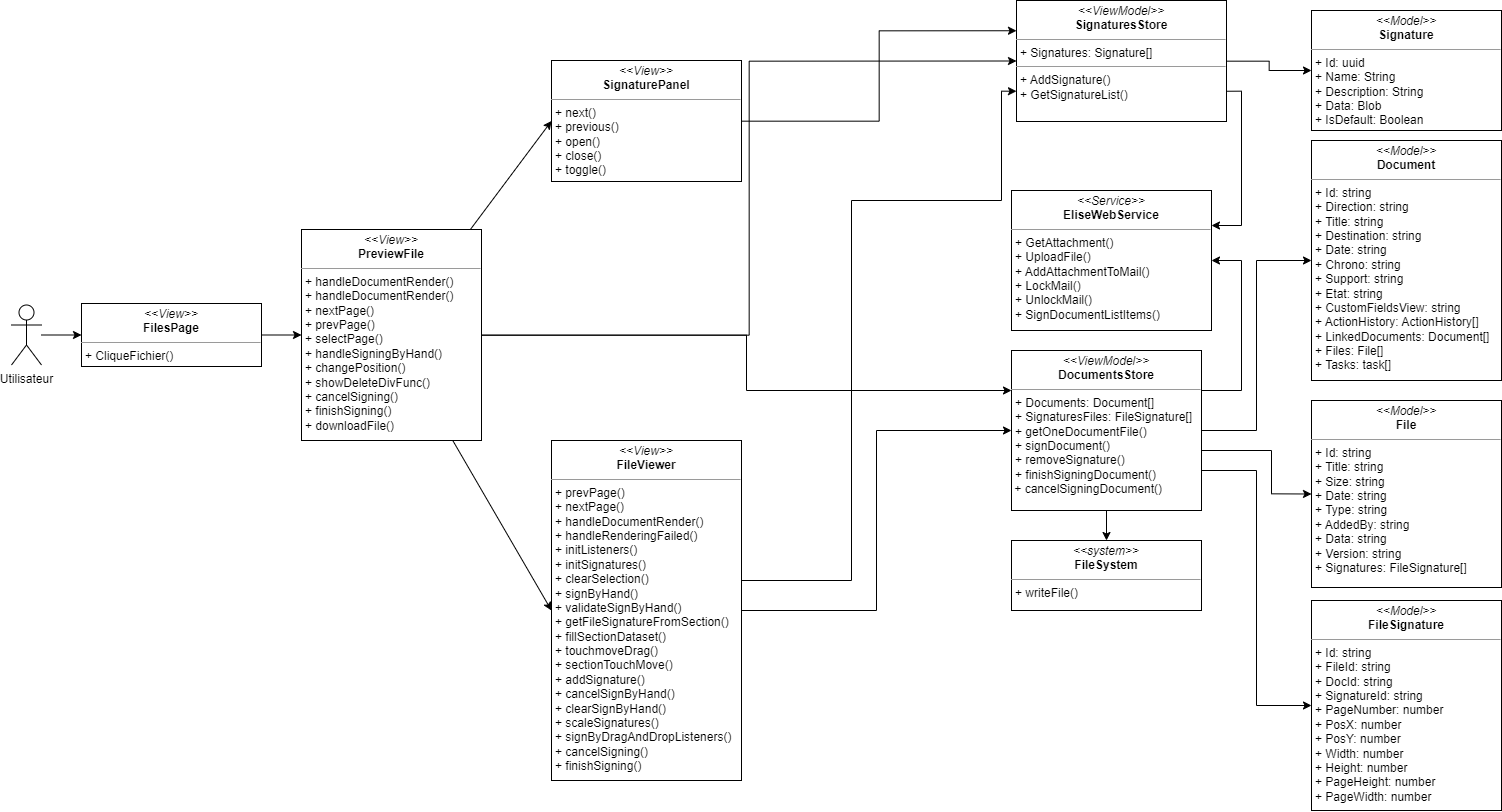
Earlier version of the draw.io export images_pfe/dcc_spint4.png (PFE-Neoledge-2023/rapport). Source tidied: cells renumbered, new cells last; positions are measured from the earlier drawing's top-left corner, leaving out a move shared by most shapes.
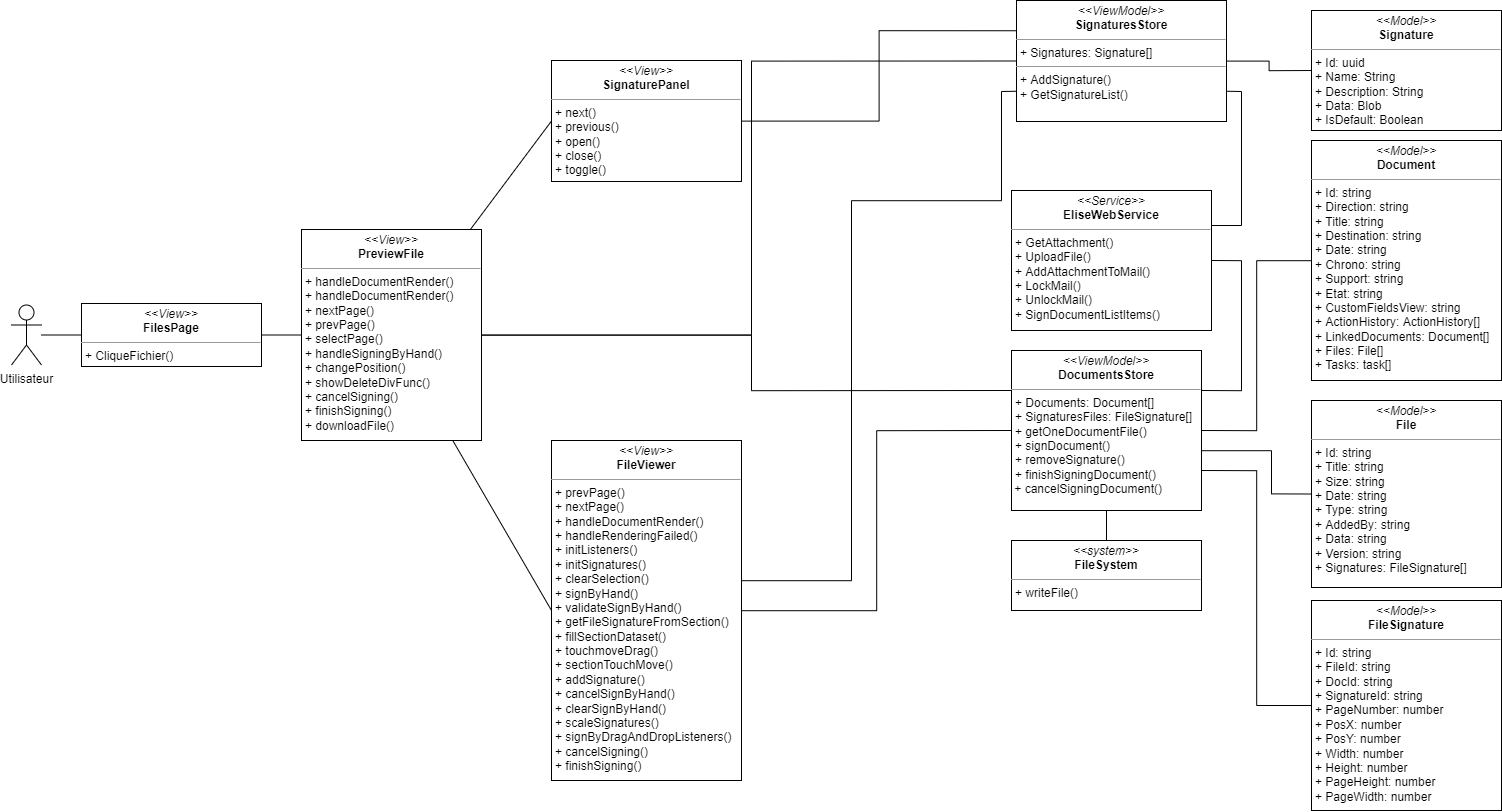
After the change.

What changed in the source:
```diff
@@ -2,25 +2,25 @@
   <root>
     <mxCell id="0" />
     <mxCell id="1" parent="0" />
-    <mxCell id="2" style="edgeStyle=orthogonalEdgeStyle;rounded=0;jettySize=auto;html=1;entryX=0;entryY=0.5;entryDx=0;entryDy=0;" parent="1" edge="1" source="3" target="5">
+    <mxCell id="2" style="edgeStyle=orthogonalEdgeStyle;rounded=0;jettySize=auto;html=1;entryX=0;entryY=0.5;entryDx=0;entryDy=0;endArrow=none;endFill=0;" parent="1" edge="1" source="3" target="5">
       <mxGeometry relative="1" as="geometry" />
     </mxCell>
     <mxCell id="3" value="Utilisateur" style="shape=umlActor;verticalLabelPosition=bottom;verticalAlign=top;html=1;outlineConnect=0;" parent="1" vertex="1">
       <mxGeometry y="304.5" width="30" height="60" as="geometry" />
     </mxCell>
-    <mxCell id="4" style="edgeStyle=none;html=1;entryX=0;entryY=0.5;entryDx=0;entryDy=0;" parent="1" edge="1" source="5" target="17">
+    <mxCell id="4" style="edgeStyle=none;html=1;entryX=0;entryY=0.5;entryDx=0;entryDy=0;endArrow=none;endFill=0;" parent="1" edge="1" source="5" target="17">
       <mxGeometry relative="1" as="geometry" />
     </mxCell>
     <mxCell id="5" value="&lt;p style=&quot;margin:0px;margin-top:4px;text-align:center;&quot;&gt;&lt;i&gt;&amp;lt;&amp;lt;View&amp;gt;&amp;gt;&lt;/i&gt;&lt;br&gt;&lt;b&gt;FilesPage&lt;/b&gt;&lt;/p&gt;&lt;hr style=&quot;border-color: var(--border-color);&quot; size=&quot;1&quot;&gt;&lt;p style=&quot;border-color: var(--border-color); margin: 0px 0px 0px 4px;&quot;&gt;+ CliqueFichier()&lt;/p&gt;" style="verticalAlign=top;align=left;overflow=fill;fontSize=12;fontFamily=Helvetica;html=1;whiteSpace=wrap;" parent="1" vertex="1">
       <mxGeometry x="70" y="303" width="180" height="63" as="geometry" />
     </mxCell>
-    <mxCell id="6" style="edgeStyle=orthogonalEdgeStyle;rounded=0;html=1;entryX=0;entryY=0.5;entryDx=0;entryDy=0;exitX=1;exitY=0.75;exitDx=0;exitDy=0;" parent="1" edge="1" source="11" target="23">
+    <mxCell id="6" style="edgeStyle=orthogonalEdgeStyle;rounded=0;html=1;entryX=0;entryY=0.5;entryDx=0;entryDy=0;exitX=1;exitY=0.75;exitDx=0;exitDy=0;endArrow=none;endFill=0;" parent="1" edge="1" source="11" target="23">
       <mxGeometry relative="1" as="geometry" />
     </mxCell>
-    <mxCell id="7" style="edgeStyle=orthogonalEdgeStyle;rounded=0;html=1;exitX=1;exitY=0.5;exitDx=0;exitDy=0;" parent="1" edge="1" source="11" target="27">
+    <mxCell id="7" style="edgeStyle=orthogonalEdgeStyle;rounded=0;html=1;exitX=1;exitY=0.5;exitDx=0;exitDy=0;endArrow=none;endFill=0;" parent="1" edge="1" source="11" target="27">
       <mxGeometry relative="1" as="geometry" />
     </mxCell>
-    <mxCell id="8" style="edgeStyle=orthogonalEdgeStyle;html=1;entryX=0;entryY=0.5;entryDx=0;entryDy=0;rounded=0;" parent="1" edge="1" source="11" target="29">
+    <mxCell id="8" style="edgeStyle=orthogonalEdgeStyle;html=1;entryX=0;entryY=0.5;entryDx=0;entryDy=0;rounded=0;endArrow=none;endFill=0;" parent="1" edge="1" source="11" target="29">
       <mxGeometry relative="1" as="geometry">
         <Array as="points">
           <mxPoint x="1260" y="450" />
@@ -28,10 +28,10 @@
         </Array>
       </mxGeometry>
     </mxCell>
-    <mxCell id="9" style="edgeStyle=orthogonalEdgeStyle;rounded=0;html=1;exitX=0.5;exitY=1;exitDx=0;exitDy=0;entryX=0.5;entryY=0;entryDx=0;entryDy=0;" parent="1" edge="1" source="11" target="30">
+    <mxCell id="9" style="edgeStyle=orthogonalEdgeStyle;rounded=0;html=1;exitX=0.5;exitY=1;exitDx=0;exitDy=0;entryX=0.5;entryY=0;entryDx=0;entryDy=0;endArrow=none;endFill=0;" parent="1" edge="1" source="11" target="30">
       <mxGeometry relative="1" as="geometry" />
     </mxCell>
-    <mxCell id="10" style="edgeStyle=orthogonalEdgeStyle;html=1;exitX=1;exitY=0.25;exitDx=0;exitDy=0;entryX=1;entryY=0.5;entryDx=0;entryDy=0;rounded=0;" parent="1" edge="1" source="11" target="28">
+    <mxCell id="10" style="edgeStyle=orthogonalEdgeStyle;html=1;exitX=1;exitY=0.25;exitDx=0;exitDy=0;entryX=1;entryY=0.5;entryDx=0;entryDy=0;rounded=0;endArrow=none;endFill=0;" parent="1" edge="1" source="11" target="28">
       <mxGeometry relative="1" as="geometry">
         <Array as="points">
           <mxPoint x="1230" y="390" />
@@ -45,25 +45,35 @@
     <mxCell id="12" value="&lt;p style=&quot;margin:0px;margin-top:4px;text-align:center;&quot;&gt;&lt;i&gt;&amp;lt;&amp;lt;Model&amp;gt;&amp;gt;&lt;/i&gt;&lt;br&gt;&lt;b&gt;Signature&lt;/b&gt;&lt;/p&gt;&lt;hr size=&quot;1&quot;&gt;&lt;p style=&quot;margin:0px;margin-left:4px;&quot;&gt;+ Id: uuid&lt;br&gt;&lt;/p&gt;&lt;p style=&quot;margin:0px;margin-left:4px;&quot;&gt;+ Name: String&lt;/p&gt;&lt;p style=&quot;margin:0px;margin-left:4px;&quot;&gt;+ Description: String&lt;/p&gt;&lt;p style=&quot;margin:0px;margin-left:4px;&quot;&gt;+ Data: Blob&lt;/p&gt;&lt;p style=&quot;margin:0px;margin-left:4px;&quot;&gt;+ IsDefault: Boolean&lt;/p&gt;" style="verticalAlign=top;align=left;overflow=fill;fontSize=12;fontFamily=Helvetica;html=1;whiteSpace=wrap;" parent="1" vertex="1">
       <mxGeometry x="1300" y="10" width="190" height="120" as="geometry" />
     </mxCell>
-    <mxCell id="13" style="edgeStyle=none;html=1;entryX=0;entryY=0.5;entryDx=0;entryDy=0;" parent="1" edge="1" source="17" target="20">
+    <mxCell id="13" style="edgeStyle=none;html=1;entryX=0;entryY=0.5;entryDx=0;entryDy=0;endArrow=none;endFill=0;" parent="1" edge="1" source="17" target="20">
       <mxGeometry relative="1" as="geometry" />
     </mxCell>
-    <mxCell id="14" style="edgeStyle=none;html=1;entryX=0;entryY=0.5;entryDx=0;entryDy=0;" parent="1" edge="1" source="17" target="22">
+    <mxCell id="14" style="edgeStyle=none;html=1;entryX=0;entryY=0.5;entryDx=0;entryDy=0;endArrow=none;endFill=0;" parent="1" edge="1" source="17" target="22">
       <mxGeometry relative="1" as="geometry" />
     </mxCell>
-    <mxCell id="15" style="edgeStyle=orthogonalEdgeStyle;rounded=0;html=1;entryX=0;entryY=0.5;entryDx=0;entryDy=0;" parent="1" edge="1" source="17" target="26">
-      <mxGeometry relative="1" as="geometry" />
+    <mxCell id="15" style="edgeStyle=orthogonalEdgeStyle;rounded=0;html=1;entryX=0;entryY=0.5;entryDx=0;entryDy=0;endArrow=none;endFill=0;" parent="1" edge="1" source="17" target="26">
+      <mxGeometry relative="1" as="geometry">
+        <Array as="points">
+          <mxPoint x="740" y="335" />
+          <mxPoint x="740" y="61" />
+        </Array>
+      </mxGeometry>
     </mxCell>
-    <mxCell id="16" style="edgeStyle=orthogonalEdgeStyle;rounded=0;html=1;entryX=0;entryY=0.25;entryDx=0;entryDy=0;" parent="1" edge="1" source="17" target="11">
-      <mxGeometry relative="1" as="geometry" />
+    <mxCell id="16" style="edgeStyle=orthogonalEdgeStyle;rounded=0;html=1;entryX=0;entryY=0.25;entryDx=0;entryDy=0;endArrow=none;endFill=0;" parent="1" edge="1" source="17" target="11">
+      <mxGeometry relative="1" as="geometry">
+        <Array as="points">
+          <mxPoint x="740" y="335" />
+          <mxPoint x="740" y="390" />
+        </Array>
+      </mxGeometry>
     </mxCell>
     <mxCell id="17" value="&lt;p style=&quot;margin:0px;margin-top:4px;text-align:center;&quot;&gt;&lt;i&gt;&amp;lt;&amp;lt;View&amp;gt;&amp;gt;&lt;/i&gt;&lt;br&gt;&lt;b&gt;PreviewFile&lt;/b&gt;&lt;/p&gt;&lt;hr style=&quot;border-color: var(--border-color);&quot; size=&quot;1&quot;&gt;&lt;p style=&quot;border-color: var(--border-color); margin: 0px 0px 0px 4px;&quot;&gt;+&amp;nbsp;handleDocumentRender()&lt;/p&gt;&lt;p style=&quot;border-color: var(--border-color); margin: 0px 0px 0px 4px;&quot;&gt;+&amp;nbsp;&lt;span style=&quot;background-color: initial;&quot;&gt;handleDocumentRender()&lt;/span&gt;&lt;/p&gt;&lt;p style=&quot;border-color: var(--border-color); margin: 0px 0px 0px 4px;&quot;&gt;+ nextPage()&lt;/p&gt;&lt;p style=&quot;border-color: var(--border-color); margin: 0px 0px 0px 4px;&quot;&gt;+ prevPage()&lt;/p&gt;&lt;p style=&quot;border-color: var(--border-color); margin: 0px 0px 0px 4px;&quot;&gt;+ selectPage()&lt;/p&gt;&lt;p style=&quot;border-color: var(--border-color); margin: 0px 0px 0px 4px;&quot;&gt;+ handleSigningByHand()&lt;/p&gt;&lt;p style=&quot;border-color: var(--border-color); margin: 0px 0px 0px 4px;&quot;&gt;+ changePosition()&lt;/p&gt;&lt;p style=&quot;border-color: var(--border-color); margin: 0px 0px 0px 4px;&quot;&gt;+&amp;nbsp;&lt;span style=&quot;background-color: initial;&quot;&gt;showDeleteDivFunc()&lt;/span&gt;&lt;/p&gt;&lt;p style=&quot;border-color: var(--border-color); margin: 0px 0px 0px 4px;&quot;&gt;&lt;span style=&quot;background-color: initial;&quot;&gt;+ cancelSigning()&lt;/span&gt;&lt;br&gt;&lt;/p&gt;&lt;p style=&quot;border-color: var(--border-color); margin: 0px 0px 0px 4px;&quot;&gt;+ finishSigning()&lt;/p&gt;&lt;p style=&quot;border-color: var(--border-color); margin: 0px 0px 0px 4px;&quot;&gt;+ downloadFile()&lt;/p&gt;" style="verticalAlign=top;align=left;overflow=fill;fontSize=12;fontFamily=Helvetica;html=1;whiteSpace=wrap;" parent="1" vertex="1">
       <mxGeometry x="290" y="229" width="180" height="211" as="geometry" />
     </mxCell>
-    <mxCell id="18" style="edgeStyle=orthogonalEdgeStyle;rounded=0;html=1;entryX=0;entryY=0.5;entryDx=0;entryDy=0;" parent="1" edge="1" source="20" target="11">
+    <mxCell id="18" style="edgeStyle=orthogonalEdgeStyle;rounded=0;html=1;entryX=0;entryY=0.5;entryDx=0;entryDy=0;endArrow=none;endFill=0;" parent="1" edge="1" source="20" target="11">
       <mxGeometry relative="1" as="geometry" />
     </mxCell>
-    <mxCell id="19" style="edgeStyle=orthogonalEdgeStyle;rounded=0;html=1;exitX=1;exitY=0.25;exitDx=0;exitDy=0;entryX=0;entryY=0.75;entryDx=0;entryDy=0;" parent="1" edge="1" source="20" target="26">
+    <mxCell id="19" style="edgeStyle=orthogonalEdgeStyle;rounded=0;html=1;exitX=1;exitY=0.25;exitDx=0;exitDy=0;entryX=0;entryY=0.75;entryDx=0;entryDy=0;endArrow=none;endFill=0;" parent="1" edge="1" source="20" target="26">
       <mxGeometry relative="1" as="geometry">
         <Array as="points">
           <mxPoint x="730" y="580" />
@@ -77,7 +87,7 @@
     <mxCell id="20" value="&lt;p style=&quot;margin:0px;margin-top:4px;text-align:center;&quot;&gt;&lt;i&gt;&amp;lt;&amp;lt;View&amp;gt;&amp;gt;&lt;/i&gt;&lt;br&gt;&lt;b&gt;FileViewer&lt;/b&gt;&lt;/p&gt;&lt;hr style=&quot;border-color: var(--border-color);&quot; size=&quot;1&quot;&gt;&lt;p style=&quot;border-color: var(--border-color); margin: 0px 0px 0px 4px;&quot;&gt;&lt;span style=&quot;background-color: initial;&quot;&gt;+ prevPage()&lt;/span&gt;&lt;br&gt;&lt;/p&gt;&lt;p style=&quot;border-color: var(--border-color); margin: 0px 0px 0px 4px;&quot;&gt;+ nextPage()&lt;/p&gt;&lt;p style=&quot;border-color: var(--border-color); margin: 0px 0px 0px 4px;&quot;&gt;+ handleDocumentRender()&lt;/p&gt;&lt;p style=&quot;border-color: var(--border-color); margin: 0px 0px 0px 4px;&quot;&gt;+ handleRenderingFailed()&lt;/p&gt;&lt;p style=&quot;border-color: var(--border-color); margin: 0px 0px 0px 4px;&quot;&gt;+ initListeners()&lt;/p&gt;&lt;p style=&quot;border-color: var(--border-color); margin: 0px 0px 0px 4px;&quot;&gt;+ initSignatures()&lt;/p&gt;&lt;p style=&quot;border-color: var(--border-color); margin: 0px 0px 0px 4px;&quot;&gt;+ clearSelection()&lt;/p&gt;&lt;p style=&quot;border-color: var(--border-color); margin: 0px 0px 0px 4px;&quot;&gt;+ signByHand()&lt;/p&gt;&lt;p style=&quot;border-color: var(--border-color); margin: 0px 0px 0px 4px;&quot;&gt;+ validateSignByHand()&lt;/p&gt;&lt;p style=&quot;border-color: var(--border-color); margin: 0px 0px 0px 4px;&quot;&gt;+ getFileSignatureFromSection()&lt;/p&gt;&lt;p style=&quot;border-color: var(--border-color); margin: 0px 0px 0px 4px;&quot;&gt;+ fillSectionDataset()&lt;/p&gt;&lt;p style=&quot;border-color: var(--border-color); margin: 0px 0px 0px 4px;&quot;&gt;+ touchmoveDrag()&lt;/p&gt;&lt;p style=&quot;border-color: var(--border-color); margin: 0px 0px 0px 4px;&quot;&gt;+ sectionTouchMove()&lt;/p&gt;&lt;p style=&quot;border-color: var(--border-color); margin: 0px 0px 0px 4px;&quot;&gt;+ addSignature()&lt;/p&gt;&lt;p style=&quot;border-color: var(--border-color); margin: 0px 0px 0px 4px;&quot;&gt;+ cancelSignByHand()&lt;/p&gt;&lt;p style=&quot;border-color: var(--border-color); margin: 0px 0px 0px 4px;&quot;&gt;+ clearSignByHand()&lt;/p&gt;&lt;p style=&quot;border-color: var(--border-color); margin: 0px 0px 0px 4px;&quot;&gt;+ scaleSignatures()&lt;/p&gt;&lt;p style=&quot;border-color: var(--border-color); margin: 0px 0px 0px 4px;&quot;&gt;+ signByDragAndDropListeners()&lt;/p&gt;&lt;p style=&quot;border-color: var(--border-color); margin: 0px 0px 0px 4px;&quot;&gt;+&amp;nbsp;&lt;span style=&quot;background-color: initial;&quot;&gt;cancelSigning()&lt;/span&gt;&lt;/p&gt;&lt;p style=&quot;border-color: var(--border-color); margin: 0px 0px 0px 4px;&quot;&gt;+ finishSigning()&lt;/p&gt;" style="verticalAlign=top;align=left;overflow=fill;fontSize=12;fontFamily=Helvetica;html=1;whiteSpace=wrap;" parent="1" vertex="1">
       <mxGeometry x="540" y="440" width="190" height="340" as="geometry" />
     </mxCell>
-    <mxCell id="21" style="edgeStyle=orthogonalEdgeStyle;rounded=0;html=1;entryX=0;entryY=0.25;entryDx=0;entryDy=0;" parent="1" edge="1" source="22" target="26">
+    <mxCell id="21" style="edgeStyle=orthogonalEdgeStyle;rounded=0;html=1;entryX=0;entryY=0.25;entryDx=0;entryDy=0;endArrow=none;endFill=0;" parent="1" edge="1" source="22" target="26">
       <mxGeometry relative="1" as="geometry" />
     </mxCell>
     <mxCell id="22" value="&lt;p style=&quot;margin:0px;margin-top:4px;text-align:center;&quot;&gt;&lt;i&gt;&amp;lt;&amp;lt;View&amp;gt;&amp;gt;&lt;/i&gt;&lt;br&gt;&lt;b&gt;SignaturePanel&lt;/b&gt;&lt;br&gt;&lt;/p&gt;&lt;hr style=&quot;border-color: var(--border-color);&quot; size=&quot;1&quot;&gt;&lt;p style=&quot;border-color: var(--border-color); margin: 0px 0px 0px 4px;&quot;&gt;+&amp;nbsp;&lt;span style=&quot;background-color: initial;&quot;&gt;next()&lt;/span&gt;&lt;/p&gt;&lt;p style=&quot;border-color: var(--border-color); margin: 0px 0px 0px 4px;&quot;&gt;+ previous()&lt;/p&gt;&lt;p style=&quot;border-color: var(--border-color); margin: 0px 0px 0px 4px;&quot;&gt;+ open()&lt;/p&gt;&lt;p style=&quot;border-color: var(--border-color); margin: 0px 0px 0px 4px;&quot;&gt;+ close()&lt;/p&gt;&lt;p style=&quot;border-color: var(--border-color); margin: 0px 0px 0px 4px;&quot;&gt;+ toggle()&lt;/p&gt;" style="verticalAlign=top;align=left;overflow=fill;fontSize=12;fontFamily=Helvetica;html=1;whiteSpace=wrap;" parent="1" vertex="1">
@@ -86,10 +96,10 @@
     <mxCell id="23" value="&lt;p style=&quot;margin:0px;margin-top:4px;text-align:center;&quot;&gt;&lt;i&gt;&amp;lt;&amp;lt;Model&amp;gt;&amp;gt;&lt;/i&gt;&lt;br&gt;&lt;b&gt;FileSignature&lt;/b&gt;&lt;/p&gt;&lt;hr size=&quot;1&quot;&gt;&lt;p style=&quot;margin:0px;margin-left:4px;&quot;&gt;+ Id: string&lt;/p&gt;&lt;p style=&quot;margin:0px;margin-left:4px;&quot;&gt;+ FileId: string&lt;/p&gt;&lt;p style=&quot;margin:0px;margin-left:4px;&quot;&gt;+ DocId: string&lt;/p&gt;&lt;p style=&quot;margin:0px;margin-left:4px;&quot;&gt;+ SignatureId: string&lt;/p&gt;&lt;p style=&quot;margin:0px;margin-left:4px;&quot;&gt;+ PageNumber: number&lt;/p&gt;&lt;p style=&quot;margin:0px;margin-left:4px;&quot;&gt;+ PosX: number&lt;/p&gt;&lt;p style=&quot;margin:0px;margin-left:4px;&quot;&gt;+ PosY: number&lt;/p&gt;&lt;p style=&quot;margin:0px;margin-left:4px;&quot;&gt;+ Width: number&lt;/p&gt;&lt;p style=&quot;margin:0px;margin-left:4px;&quot;&gt;+ Height: number&lt;/p&gt;&lt;p style=&quot;margin:0px;margin-left:4px;&quot;&gt;+ PageHeight: number&lt;/p&gt;&lt;p style=&quot;margin:0px;margin-left:4px;&quot;&gt;+ PageWidth: number&lt;/p&gt;" style="verticalAlign=top;align=left;overflow=fill;fontSize=12;fontFamily=Helvetica;html=1;whiteSpace=wrap;" parent="1" vertex="1">
       <mxGeometry x="1300" y="600" width="190" height="210" as="geometry" />
     </mxCell>
-    <mxCell id="24" style="edgeStyle=orthogonalEdgeStyle;html=1;entryX=0;entryY=0.5;entryDx=0;entryDy=0;rounded=0;" parent="1" edge="1" source="26" target="12">
+    <mxCell id="24" style="edgeStyle=orthogonalEdgeStyle;html=1;entryX=0;entryY=0.5;entryDx=0;entryDy=0;rounded=0;endArrow=none;endFill=0;" parent="1" edge="1" source="26" target="12">
       <mxGeometry relative="1" as="geometry" />
     </mxCell>
-    <mxCell id="25" style="edgeStyle=orthogonalEdgeStyle;rounded=0;html=1;exitX=1;exitY=0.75;exitDx=0;exitDy=0;entryX=1;entryY=0.25;entryDx=0;entryDy=0;" parent="1" edge="1" source="26" target="28">
+    <mxCell id="25" style="edgeStyle=orthogonalEdgeStyle;rounded=0;html=1;exitX=1;exitY=0.75;exitDx=0;exitDy=0;entryX=1;entryY=0.25;entryDx=0;entryDy=0;endArrow=none;endFill=0;" parent="1" edge="1" source="26" target="28">
       <mxGeometry relative="1" as="geometry">
         <Array as="points">
           <mxPoint x="1230" y="91" />
```
